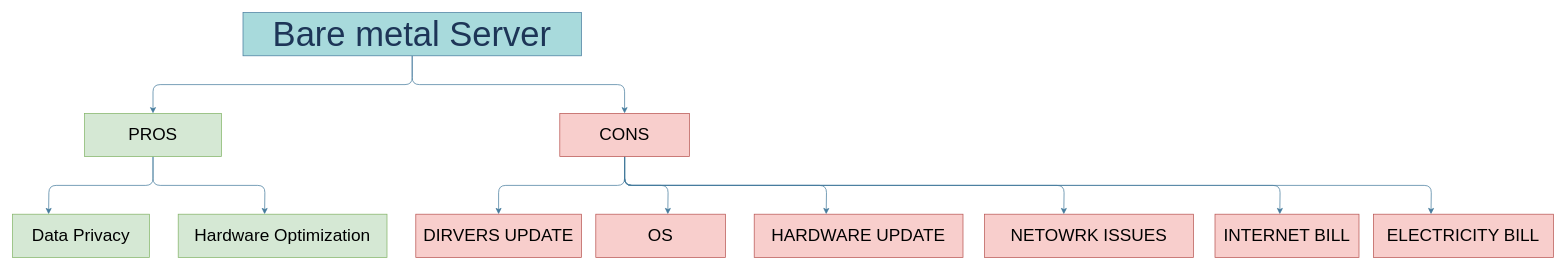
This is page "Page-6" (6 of 6) of Untitled Diagram.drawio from pranshushah/container_diagrams, a draw.io file, before an edit. Source tidied: cells renumbered, new cells numbered last; positions are measured from the earlier drawing's top-left corner, leaving out a move shared by most shapes. Both pictures are drawn from the tidied source at 72%, with x=0, y=0 at pixel (12, 12).
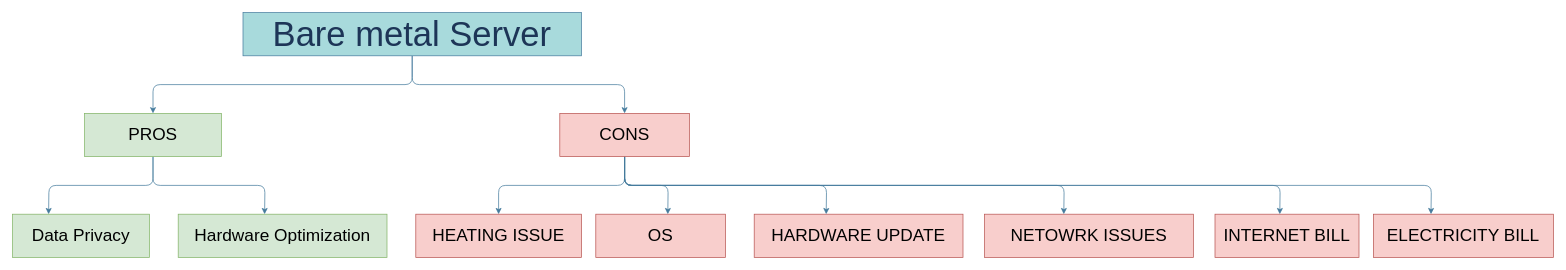
After the change.

Diff of the diagram source:
```diff
@@
-    <mxCell id="17" value="&lt;span style=&quot;font-size: 24px&quot;&gt;DIRVERS UPDATE&lt;/span&gt;" style="rounded=0;whiteSpace=wrap;html=1;sketch=0;strokeColor=#b85450;fillColor=#f8cecc;" parent="1" vertex="1">
+    <mxCell id="17" value="&lt;span style=&quot;font-size: 24px&quot;&gt;HEATING ISSUE&lt;/span&gt;" style="rounded=0;whiteSpace=wrap;html=1;sketch=0;strokeColor=#b85450;fillColor=#f8cecc;" parent="1" vertex="1">
       <mxGeometry x="560" y="280" width="230" height="60" as="geometry" />
     </mxCell>
```
